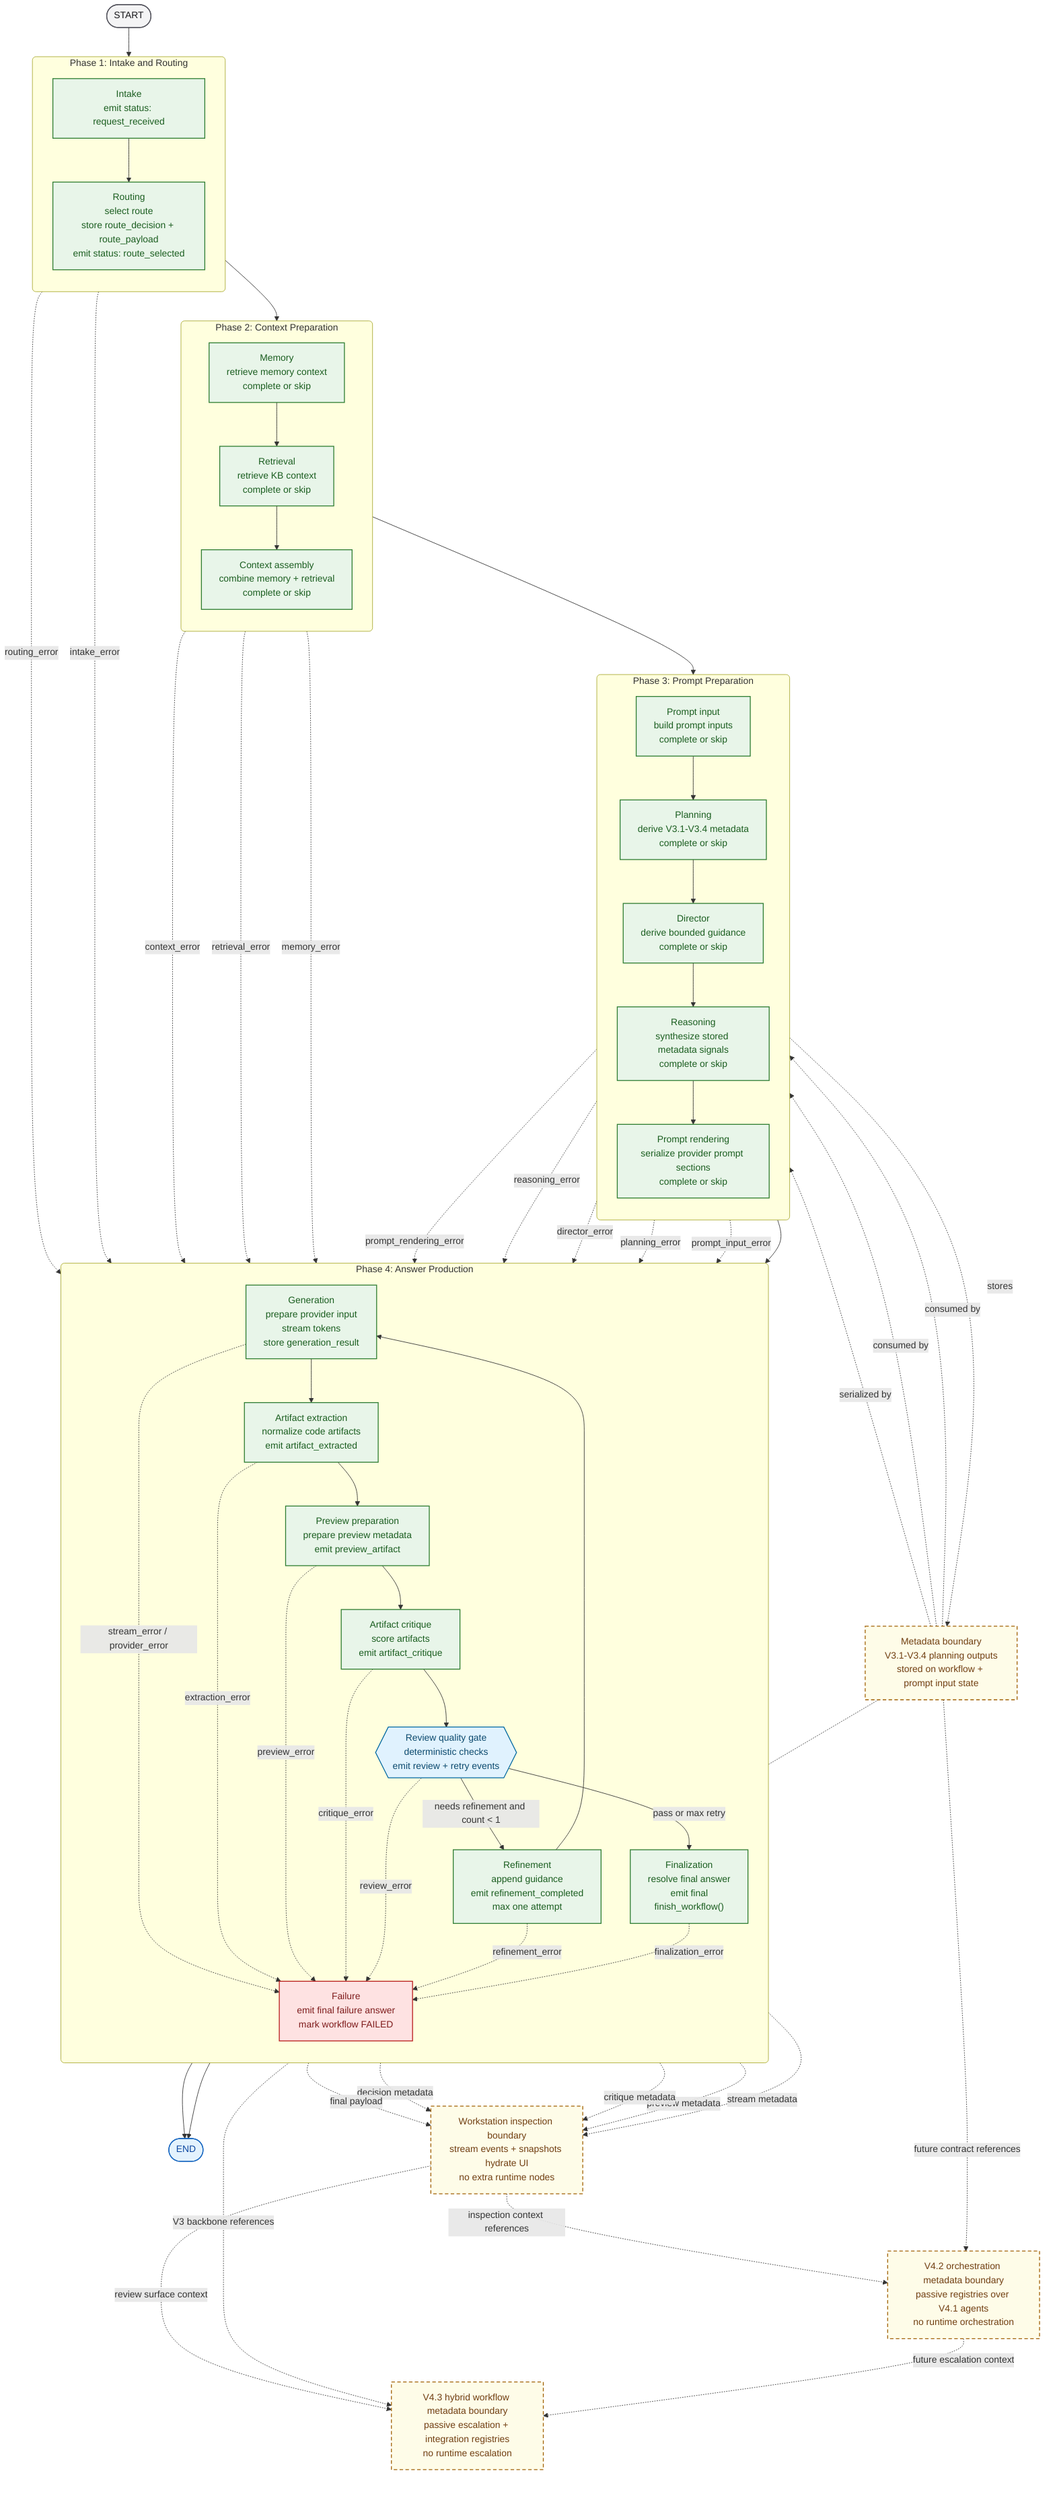
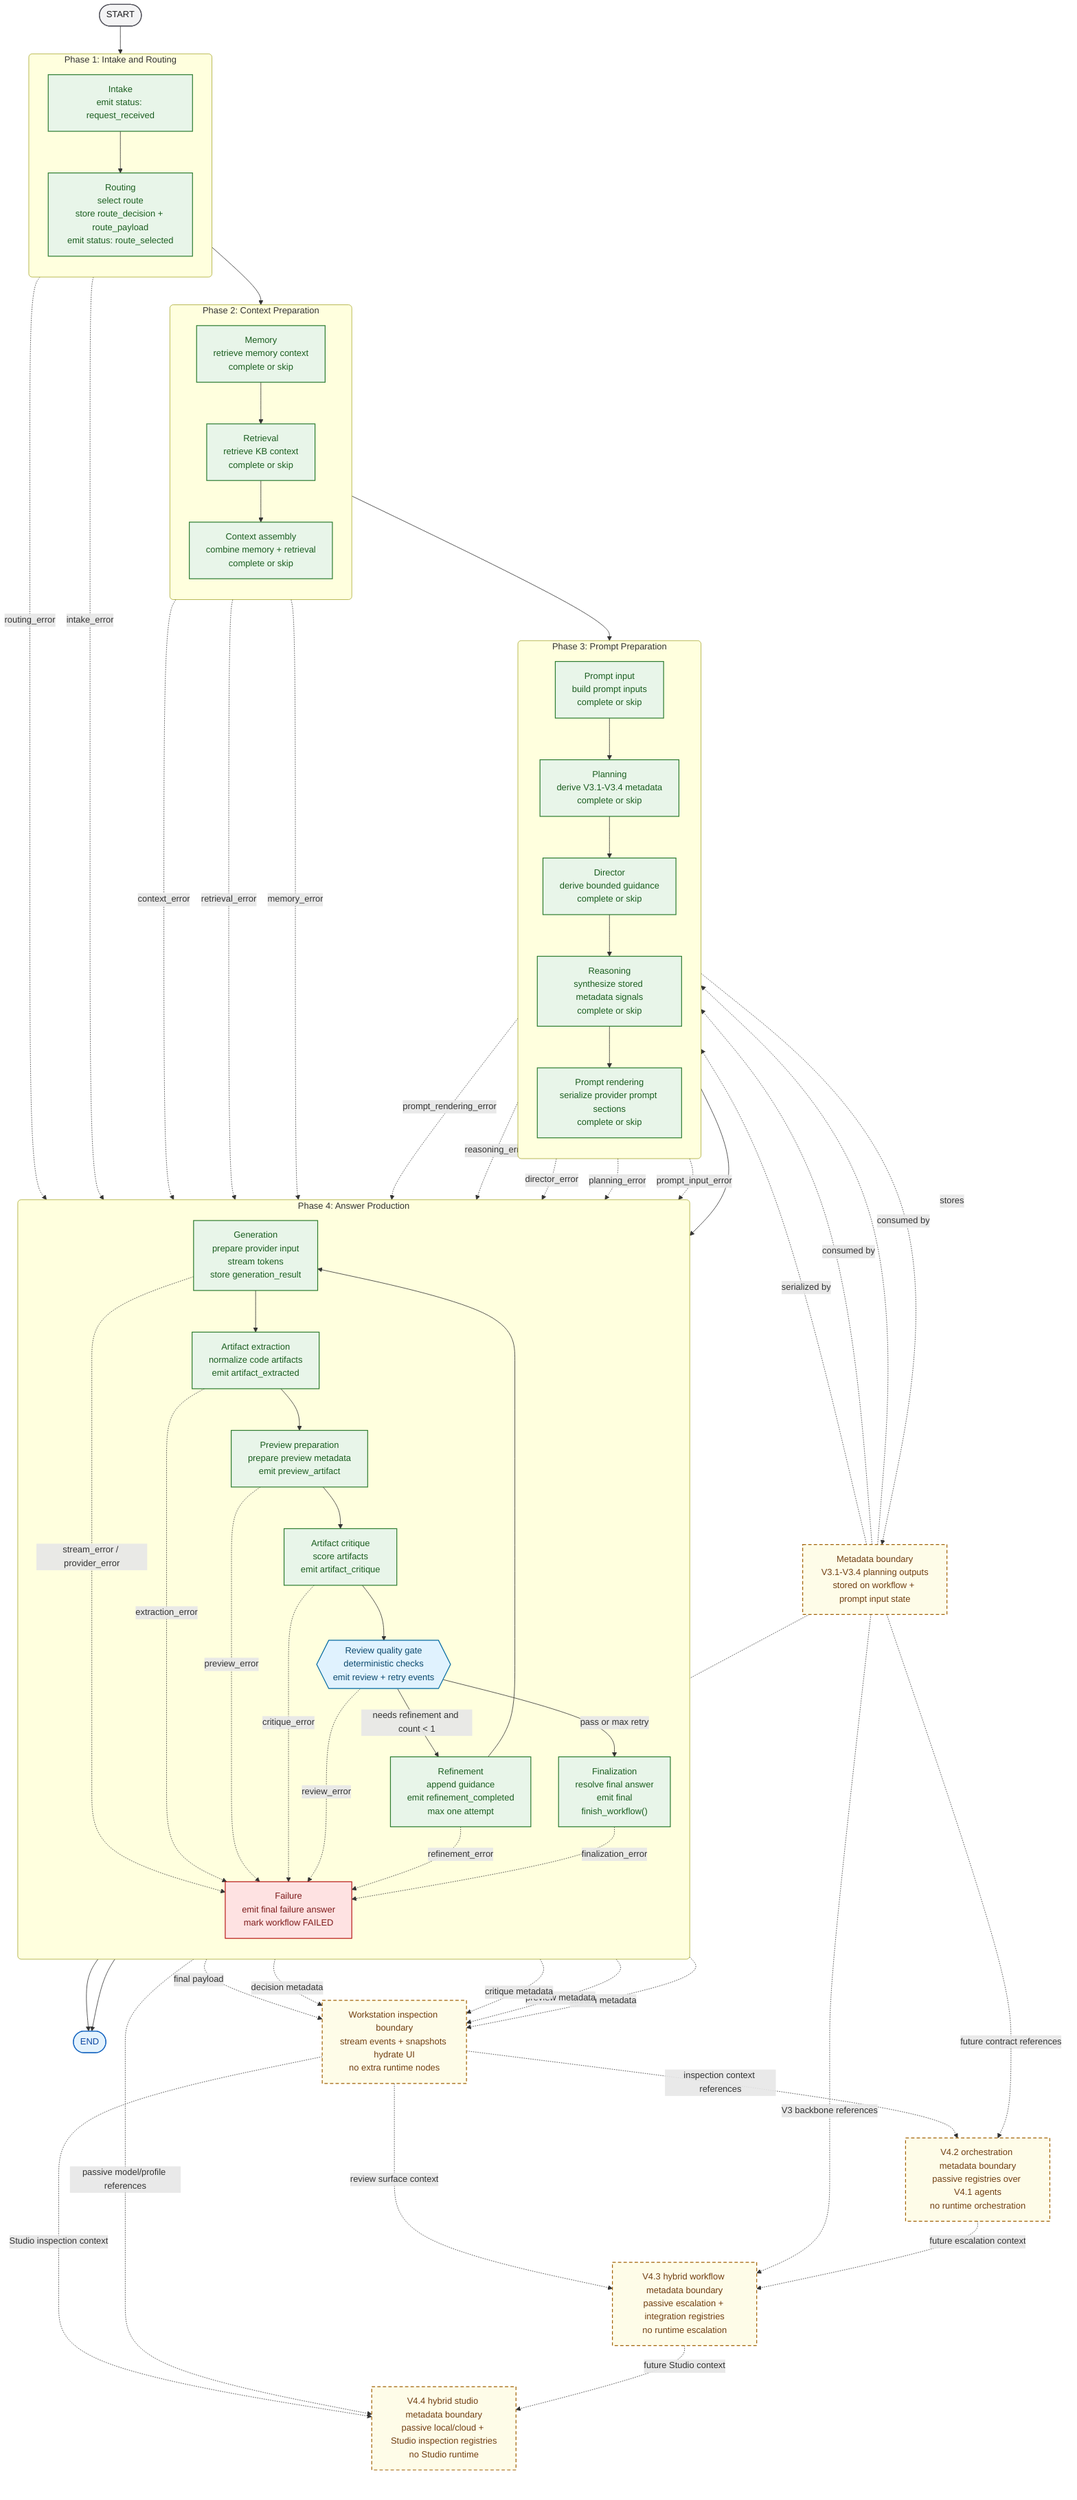
flowchart TB
    %% Class palette
    classDef boundary fill:#F4F4F5,stroke:#52525B,color:#18181B,stroke-width:1.5px;
    classDef implemented fill:#E8F5E9,stroke:#2E7D32,color:#1B5E20,stroke-width:1.5px;
    classDef gate fill:#E0F2FE,stroke:#0369A1,color:#0C4A6E,stroke-width:1.5px;
    classDef failure fill:#FEE2E2,stroke:#B91C1C,color:#7F1D1D,stroke-width:1.5px;
    classDef terminal fill:#E3F2FD,stroke:#1565C0,color:#0D47A1,stroke-width:1.5px;
    classDef relationship fill:#FEFCE8,stroke:#A16207,color:#713F12,stroke-width:1.5px,stroke-dasharray: 6 4;

    %% Terminal nodes
    start([START])
    finish([END])

    %% Runtime phases
    subgraph phase_1["Phase 1: Intake and Routing"]
        direction TB
        intake["Intake<br/>emit status: request_received"]
        routing["Routing<br/>select route<br/>store route_decision + route_payload<br/>emit status: route_selected"]
    end

    subgraph phase_2["Phase 2: Context Preparation"]
        direction TB
        memory["Memory<br/>retrieve memory context<br/>complete or skip"]
        retrieval["Retrieval<br/>retrieve KB context<br/>complete or skip"]
        context_assembly["Context assembly<br/>combine memory + retrieval<br/>complete or skip"]
    end

    subgraph phase_3["Phase 3: Prompt Preparation"]
        direction TB
        prompt_input["Prompt input<br/>build prompt inputs<br/>complete or skip"]
        planning["Planning<br/>derive V3.1-V3.4 metadata<br/>complete or skip"]
        director["Director<br/>derive bounded guidance<br/>complete or skip"]
        reasoning["Reasoning<br/>synthesize stored metadata signals<br/>complete or skip"]
        prompt_rendering["Prompt rendering<br/>serialize provider prompt sections<br/>complete or skip"]
    end

    subgraph phase_4["Phase 4: Answer Production"]
        direction TB
        generation["Generation<br/>prepare provider input<br/>stream tokens<br/>store generation_result"]
        artifact_extraction["Artifact extraction<br/>normalize code artifacts<br/>emit artifact_extracted"]
        preview_preparation["Preview preparation<br/>prepare preview metadata<br/>emit preview_artifact"]
        artifact_critique["Artifact critique<br/>score artifacts<br/>emit artifact_critique"]
        review{{"Review quality gate<br/>deterministic checks<br/>emit review + retry events"}}
        refinement["Refinement<br/>append guidance<br/>emit refinement_completed<br/>max one attempt"]
        finalization["Finalization<br/>resolve final answer<br/>emit final<br/>finish_workflow()"]
        failure["Failure<br/>emit final failure answer<br/>mark workflow FAILED"]
    end

    %% Documentation boundaries
    metadata_boundary["Metadata boundary<br/>V3.1-V3.4 planning outputs<br/>stored on workflow + prompt input state"]:::relationship
    workstation_boundary["Workstation inspection boundary<br/>stream events + snapshots hydrate UI<br/>no extra runtime nodes"]:::relationship
    orchestration_boundary["V4.2 orchestration metadata boundary<br/>passive registries over V4.1 agents<br/>no runtime orchestration"]:::relationship
    hybrid_workflow_boundary["V4.3 hybrid workflow metadata boundary<br/>passive escalation + integration registries<br/>no runtime escalation"]:::relationship
+     hybrid_studio_boundary["V4.4 hybrid studio metadata boundary<br/>passive local/cloud + Studio inspection registries<br/>no Studio runtime"]:::relationship

    %% Main success path
    start --> intake --> routing --> memory --> retrieval --> context_assembly --> prompt_input --> planning --> director --> reasoning --> prompt_rendering --> generation --> artifact_extraction --> preview_preparation --> artifact_critique --> review
    review -->|"pass or max retry"| finalization --> finish
    review -->|"needs refinement and count < 1"| refinement --> generation

    %% Metadata and inspection boundaries
    planning -. stores .-> metadata_boundary
    metadata_boundary -. consumed by .-> director
    metadata_boundary -. consumed by .-> reasoning
    metadata_boundary -. serialized by .-> prompt_rendering
    artifact_extraction -. stream metadata .-> workstation_boundary
    preview_preparation -. preview metadata .-> workstation_boundary
    artifact_critique -. critique metadata .-> workstation_boundary
    review -. decision metadata .-> workstation_boundary
    finalization -. final payload .-> workstation_boundary
    metadata_boundary -. future contract references .-> orchestration_boundary
    workstation_boundary -. inspection context references .-> orchestration_boundary
    orchestration_boundary -. future escalation context .-> hybrid_workflow_boundary
    metadata_boundary -. V3 backbone references .-> hybrid_workflow_boundary
    workstation_boundary -. review surface context .-> hybrid_workflow_boundary
+     hybrid_workflow_boundary -. future Studio context .-> hybrid_studio_boundary
+     metadata_boundary -. passive model/profile references .-> hybrid_studio_boundary
+     workstation_boundary -. Studio inspection context .-> hybrid_studio_boundary

    %% Failure paths
    intake -. intake_error .-> failure
    routing -. routing_error .-> failure
    memory -. memory_error .-> failure
    retrieval -. retrieval_error .-> failure
    context_assembly -. context_error .-> failure
    prompt_input -. prompt_input_error .-> failure
    planning -. planning_error .-> failure
    director -. director_error .-> failure
    reasoning -. reasoning_error .-> failure
    prompt_rendering -. prompt_rendering_error .-> failure
    generation -. stream_error / provider_error .-> failure
    artifact_extraction -. extraction_error .-> failure
    preview_preparation -. preview_error .-> failure
    artifact_critique -. critique_error .-> failure
    review -. review_error .-> failure
    refinement -. refinement_error .-> failure
    finalization -. finalization_error .-> failure
    failure --> finish

    %% Node classes
    class start boundary
    class finish terminal
    class intake,routing,memory,retrieval,context_assembly,prompt_input,planning,director,reasoning,prompt_rendering,generation,artifact_extraction,preview_preparation,artifact_critique,refinement,finalization implemented
    class review gate
    class failure failure
-     class metadata_boundary,workstation_boundary,orchestration_boundary,hybrid_workflow_boundary relationship
+     class metadata_boundary,workstation_boundary,orchestration_boundary,hybrid_workflow_boundary,hybrid_studio_boundary relationship

    %% Subgraph styling
    style phase_1 rx:6px,ry:6px
    style phase_2 rx:6px,ry:6px
    style phase_3 rx:6px,ry:6px
    style phase_4 rx:6px,ry:6px
